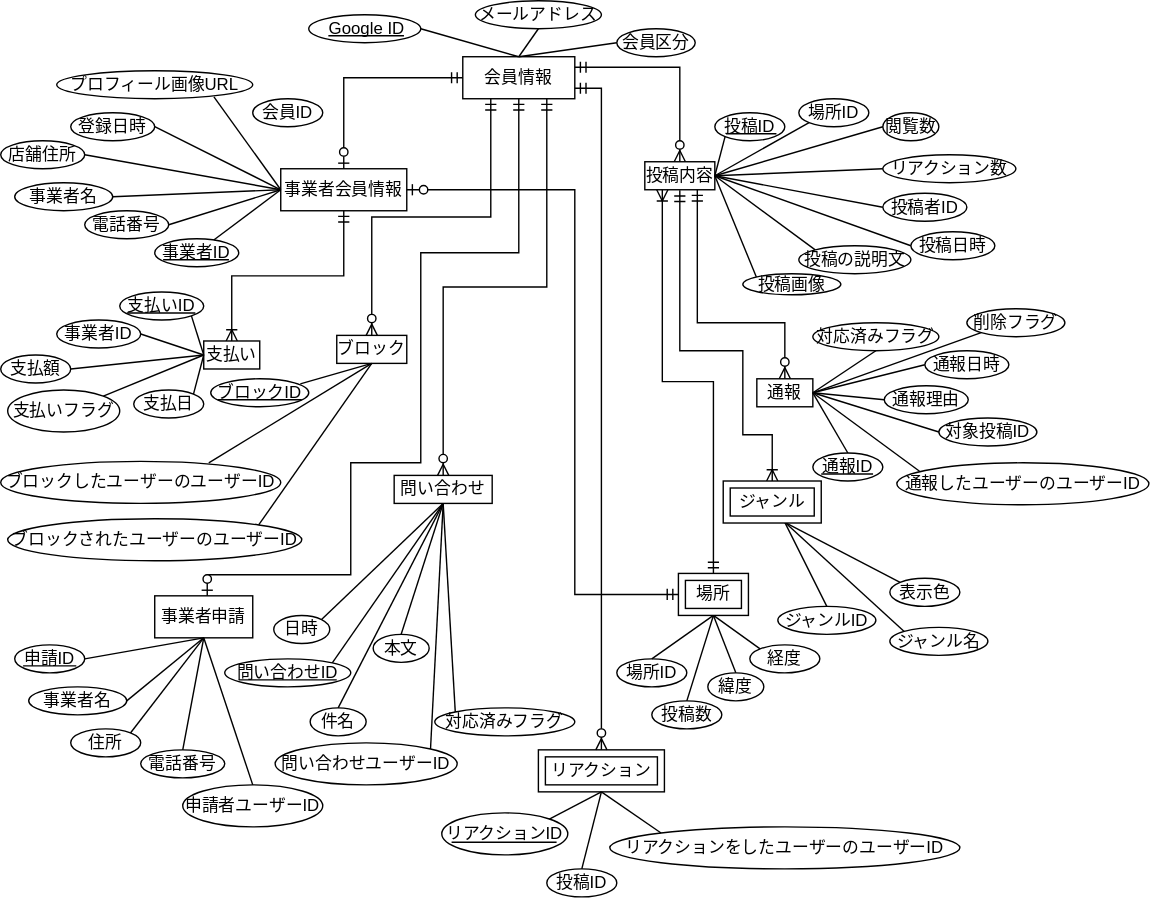
Above: sections/section8_database.svg in KUT-Group12/external-design (draw.io), before the change. Source tidied: cells renumbered, new cells last; positions are measured from the earlier drawing's top-left corner, leaving out a move shared by most shapes.
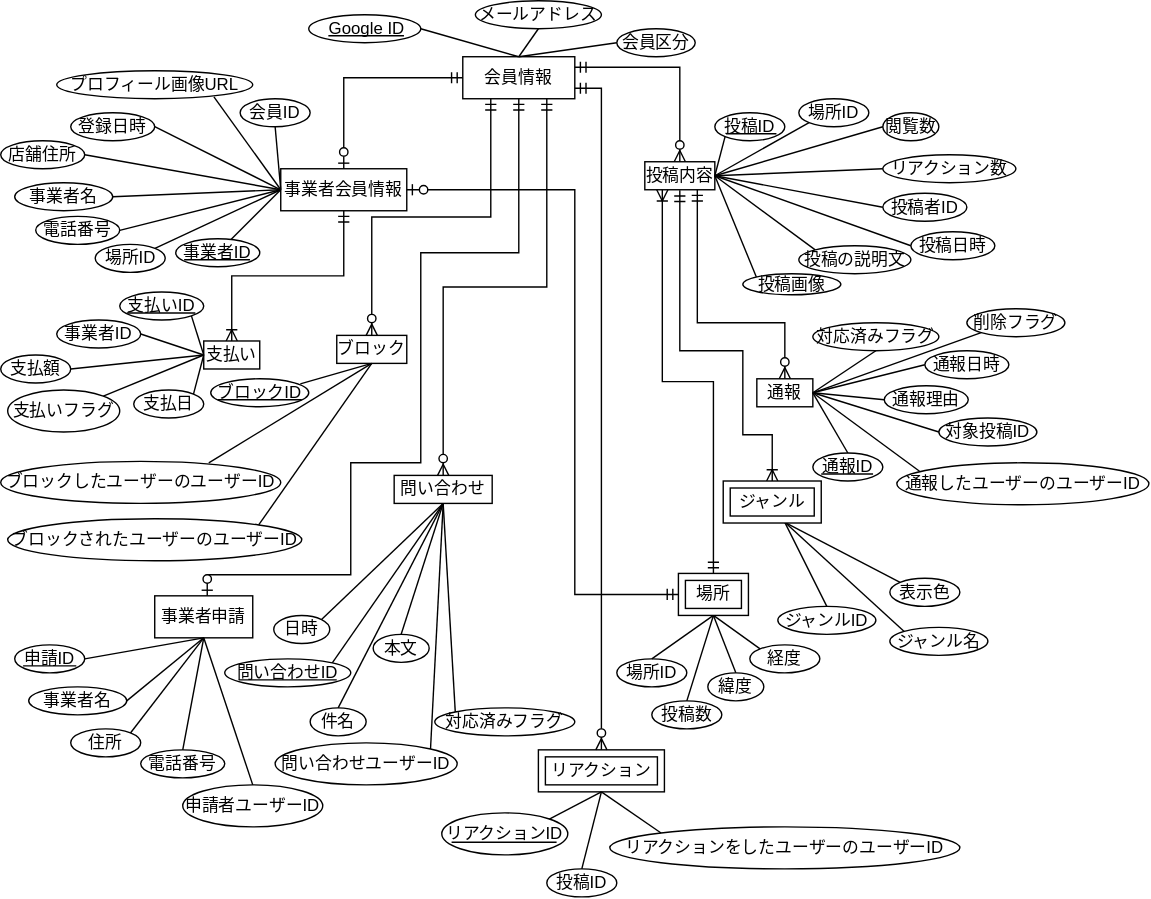
After the change.

Commit message:
docs : 事業者会員情報に場所IDを追加

The edit, as a diff of the source:
```diff
@@ -30,11 +30,8 @@
     <mxCell id="9" value="事業者会員情報" style="whiteSpace=wrap;html=1;align=center;" parent="1" vertex="1">
       <mxGeometry x="200" y="120" width="90" height="30" as="geometry" />
     </mxCell>
-    <mxCell id="10" value="事業者ID" style="ellipse;whiteSpace=wrap;html=1;align=center;fontStyle=0;" parent="1" vertex="1">
-      <mxGeometry x="110" y="170" width="60" height="20" as="geometry" />
-    </mxCell>
     <mxCell id="11" value="電話番号" style="ellipse;whiteSpace=wrap;html=1;align=center;" parent="1" vertex="1">
-      <mxGeometry x="60" y="150" width="60" height="20" as="geometry" />
+      <mxGeometry x="25" y="154" width="60" height="20" as="geometry" />
     </mxCell>
     <mxCell id="12" value="店舗住所" style="ellipse;whiteSpace=wrap;html=1;align=center;" parent="1" vertex="1">
       <mxGeometry y="100" width="60" height="20" as="geometry" />
@@ -317,9 +314,6 @@
     <mxCell id="92" style="line;strokeWidth=1;dashed=0;labelPosition=right;align=left;verticalAlign=middle;spacingTop=0;spacingLeft=6;" parent="1" vertex="1">
       <mxGeometry x="234" y="20" width="54" height="10" as="geometry" />
     </mxCell>
-    <mxCell id="93" style="line;strokeWidth=1;dashed=0;labelPosition=right;align=left;verticalAlign=middle;spacingTop=0;spacingLeft=6;" parent="1" vertex="1">
-      <mxGeometry x="116" y="180" width="47" height="10" as="geometry" />
-    </mxCell>
     <mxCell id="94" value="場所" style="shape=ext;margin=3;double=1;whiteSpace=wrap;html=1;align=center;" parent="1" vertex="1">
       <mxGeometry x="484" y="409" width="50" height="30" as="geometry" />
     </mxCell>
@@ -492,7 +486,7 @@
       <mxGeometry relative="1" as="geometry" />
     </mxCell>
     <mxCell id="146" value="会員ID" style="ellipse;whiteSpace=wrap;html=1;align=center;" parent="1" vertex="1">
-      <mxGeometry x="180" y="70" width="50" height="20" as="geometry" />
+      <mxGeometry x="171" y="70" width="50" height="20" as="geometry" />
     </mxCell>
     <mxCell id="147" style="edgeStyle=orthogonalEdgeStyle;fontSize=12;html=1;endArrow=ERzeroToOne;startArrow=ERmandOne;rounded=0;entryX=1;entryY=0.5;entryDx=0;entryDy=0;exitX=0;exitY=0.5;exitDx=0;exitDy=0;" parent="1" edge="1" source="94" target="9">
       <mxGeometry relative="1" as="geometry">
@@ -502,5 +496,23 @@
         </Array>
       </mxGeometry>
     </mxCell>
+    <mxCell id="148" style="endArrow=none;html=1;rounded=0;entryX=0;entryY=0.5;entryDx=0;entryDy=0;exitX=0.5;exitY=1;exitDx=0;exitDy=0;" parent="1" edge="1" source="146" target="9">
+      <mxGeometry relative="1" as="geometry" />
+    </mxCell>
+    <mxCell id="149" style="group;" parent="1" vertex="1">
+      <mxGeometry x="125" y="170" width="60" height="20" as="geometry" />
+    </mxCell>
+    <mxCell id="10" value="事業者ID" style="ellipse;whiteSpace=wrap;html=1;align=center;fontStyle=0;" parent="149" vertex="1">
+      <mxGeometry width="60" height="20" as="geometry" />
+    </mxCell>
+    <mxCell id="93" style="line;strokeWidth=1;dashed=0;labelPosition=right;align=left;verticalAlign=middle;spacingTop=0;spacingLeft=6;" parent="149" vertex="1">
+      <mxGeometry x="6" y="10" width="47" height="10" as="geometry" />
+    </mxCell>
+    <mxCell id="150" value="場所ID" style="ellipse;whiteSpace=wrap;html=1;align=center;" parent="1" vertex="1">
+      <mxGeometry x="67.5" y="174" width="50" height="20" as="geometry" />
+    </mxCell>
+    <mxCell id="151" style="endArrow=none;html=1;rounded=0;entryX=0;entryY=0.5;entryDx=0;entryDy=0;exitX=1;exitY=0;exitDx=0;exitDy=0;" parent="1" edge="1" source="150" target="9">
+      <mxGeometry relative="1" as="geometry" />
+    </mxCell>
   </root>
 </mxGraphModel>
```
